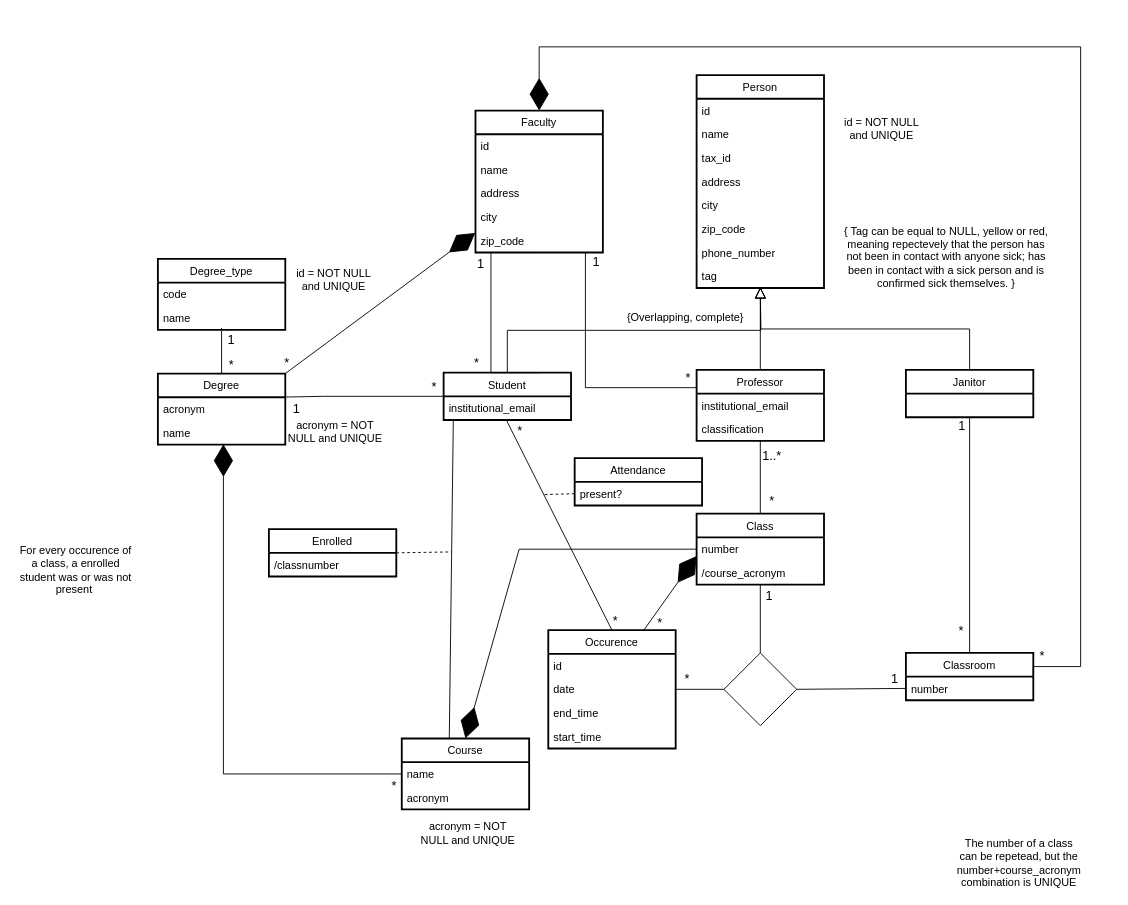
maguinago/Covid-tracker keeps this draw.io diagram as uml.drawio. Above is the earlier version. Source tidied: cells renumbered, new cells numbered last; positions are measured from the earlier drawing's top-left corner, leaving out a move shared by most shapes. Both pictures are drawn from the tidied source at 91%, with x=0, y=0 at pixel (15, 46).
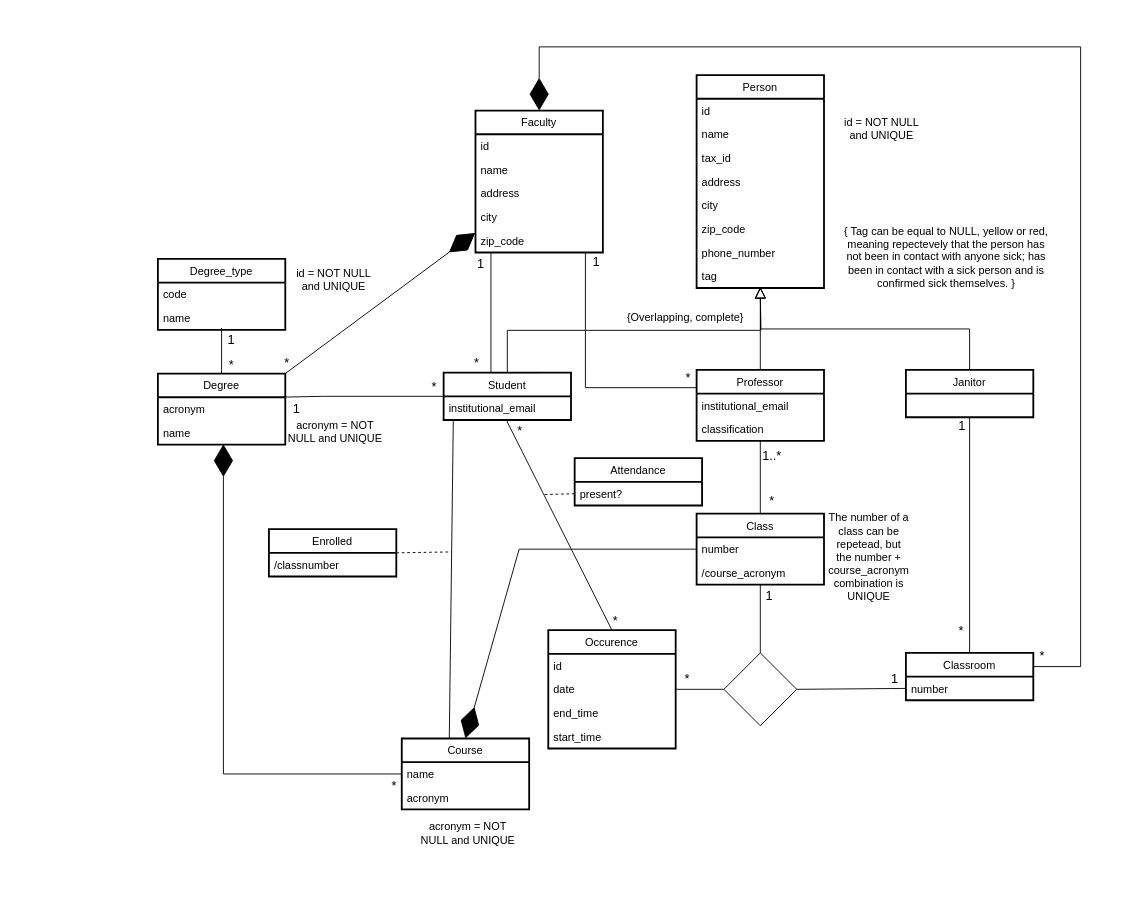
Above is the later version.

Unchanged cells that the change refers to:
```xml
<mxCell id="39" value="Occurence" style="swimlane;fontStyle=0;horizontal=1;startSize=26;strokeWidth=2;swimlaneFillColor=#ffffff;" parent="1" vertex="1">
  <mxGeometry x="585" y="641" width="140" height="130" as="geometry" />
</mxCell>
```

Diff of the diagram source:
```diff
@@
-    <mxCell id="38" style="edgeStyle=none;rounded=0;jettySize=auto;html=1;exitX=0.75;exitY=0;exitDx=0;exitDy=0;endArrow=diamondThin;endFill=1;fontSize=14;endSize=33;entryX=0;entryY=0.788;entryDx=0;entryDy=0;entryPerimeter=0;" parent="1" edge="1" source="39">
-      <mxGeometry relative="1" as="geometry">
-        <mxPoint x="748" y="559.5" as="targetPoint" />
-      </mxGeometry>
-    </mxCell>
@@
-    <mxCell id="49" value="For every occurence of a class, a enrolled student was or was not present&amp;nbsp;" style="text;html=1;strokeColor=none;fillColor=none;align=center;verticalAlign=middle;whiteSpace=wrap;rounded=0;" parent="1" vertex="1">
-      <mxGeometry y="549" width="132" height="51" as="geometry" />
-    </mxCell>
@@
-    <mxCell id="79" value="The number of a class can be repetead, but the number+course_acronym combination is UNIQUE" style="text;html=1;strokeColor=none;fillColor=none;align=center;verticalAlign=middle;whiteSpace=wrap;rounded=0;" parent="1" vertex="1">
-      <mxGeometry x="1044" y="887" width="117" height="20" as="geometry" />
+    <mxCell id="79" value="The number of a class can be repetead, but the number + course_acronym combination is UNIQUE" style="text;html=1;strokeColor=none;fillColor=none;align=center;verticalAlign=middle;whiteSpace=wrap;rounded=0;" parent="1" vertex="1">
+      <mxGeometry x="893" y="529" width="89" height="64" as="geometry" />
     </mxCell>
@@
-    <mxCell id="96" value="*" style="text;html=1;strokeColor=none;fillColor=none;align=center;verticalAlign=middle;whiteSpace=wrap;rounded=0;fontSize=14;" parent="1" vertex="1">
-      <mxGeometry x="698" y="623" width="20" height="20" as="geometry" />
-    </mxCell>
```
